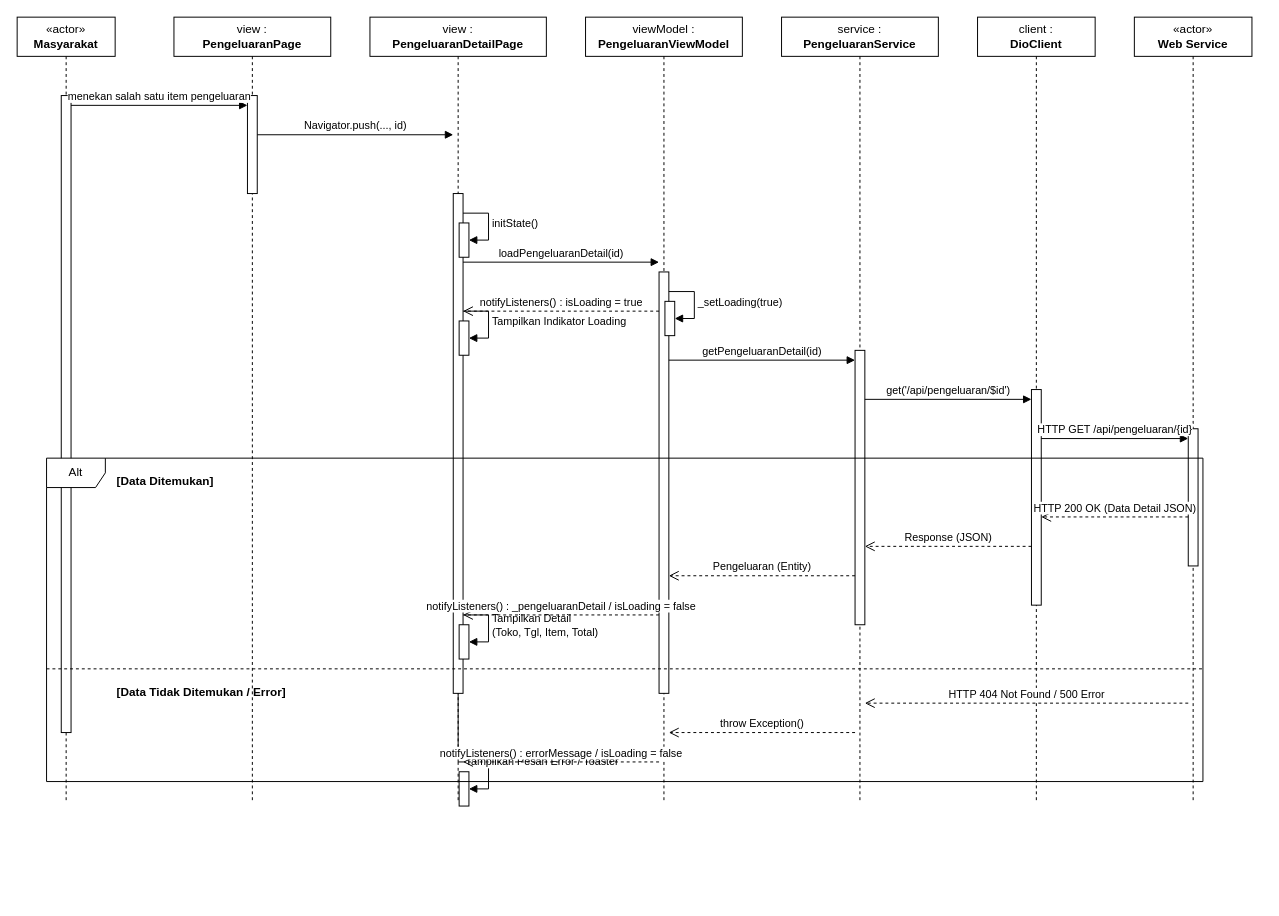
This is docs/UML/sequence_diagram/SKPL-F-011.drawio from randy-ar/snap-notes-docs, a draw.io file, before an edit. Source tidied: cells renumbered, new cells numbered last; positions are measured from the earlier drawing's top-left corner, leaving out a move shared by most shapes. Both pictures are drawn from the tidied source at 98%, with x=0, y=0 at pixel (17, 17).
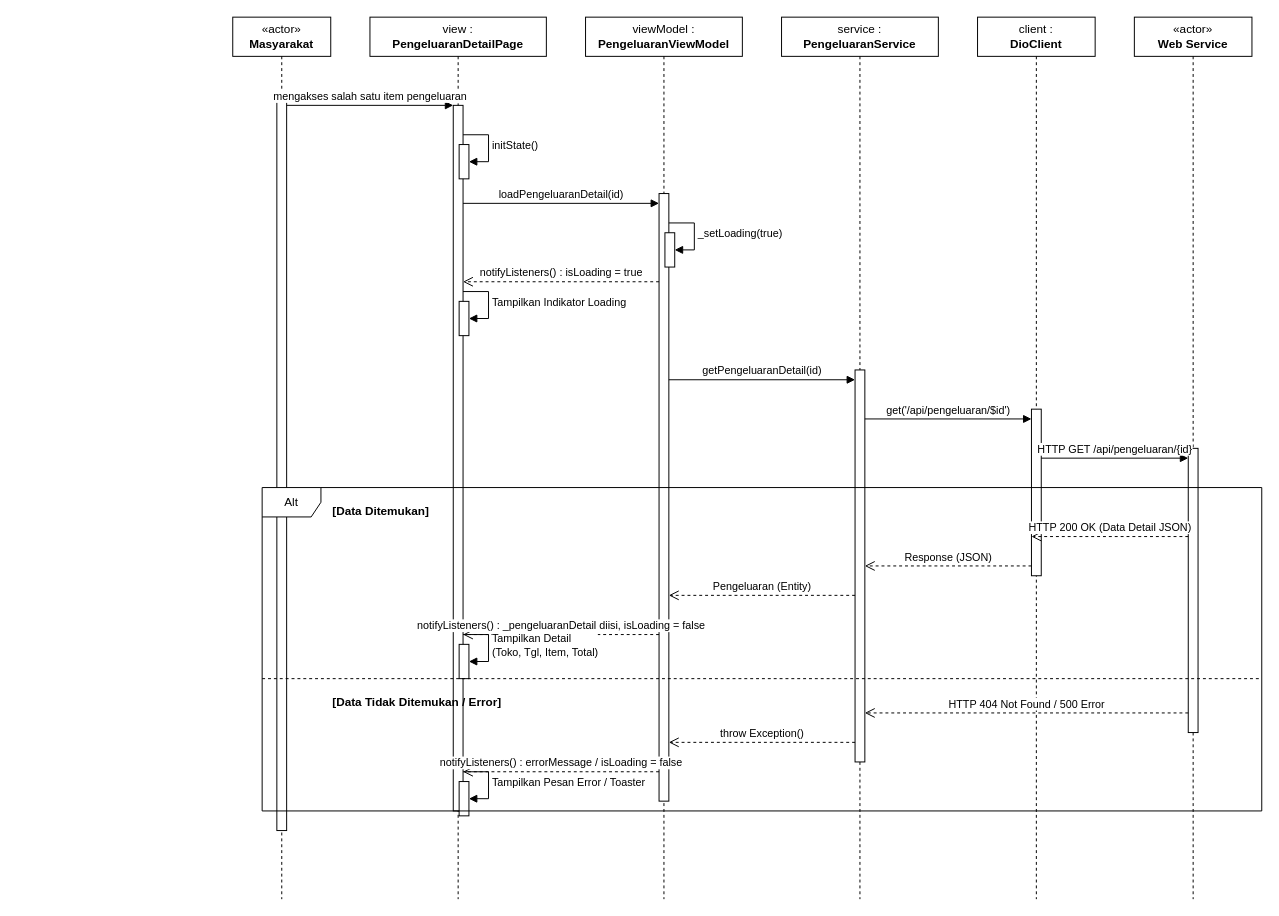
The same page after the edit.

The edit, as a diff of the source:
```diff
@@
     <mxCell id="2" value="«actor»&lt;br&gt;&lt;b&gt;Masyarakat&lt;/b&gt;" style="shape=umlLifeline;perimeter=lifelinePerimeter;whiteSpace=wrap;html=1;newEdgeStyle={&quot;curved&quot;:0,&quot;rounded&quot;:0};" parent="1" vertex="1">
-      <mxGeometry width="100" height="800" as="geometry" />
+      <mxGeometry x="220" width="100" height="900" as="geometry" />
     </mxCell>
     <mxCell id="3" style="html=1;perimeter=orthogonalPerimeter;targetShapes=umlLifeline;newEdgeStyle={&quot;curved&quot;:0,&quot;rounded&quot;:0};" parent="2" vertex="1">
-      <mxGeometry x="45" y="80" width="10" height="650" as="geometry" />
+      <mxGeometry x="45" y="80" width="10" height="750" as="geometry" />
     </mxCell>
-    <mxCell id="4" value="view :&lt;br&gt;&lt;b&gt;PengeluaranPage&lt;/b&gt;" style="shape=umlLifeline;perimeter=lifelinePerimeter;whiteSpace=wrap;html=1;newEdgeStyle={&quot;curved&quot;:0,&quot;rounded&quot;:0};" parent="1" vertex="1">
-      <mxGeometry x="160" width="160" height="800" as="geometry" />
-    </mxCell>
-    <mxCell id="5" style="html=1;perimeter=orthogonalPerimeter;targetShapes=umlLifeline;newEdgeStyle={&quot;curved&quot;:0,&quot;rounded&quot;:0};" parent="4" vertex="1">
-      <mxGeometry x="75" y="80" width="10" height="100" as="geometry" />
-    </mxCell>
     <mxCell id="6" value="view :&lt;br&gt;&lt;b&gt;PengeluaranDetailPage&lt;/b&gt;" style="shape=umlLifeline;perimeter=lifelinePerimeter;whiteSpace=wrap;html=1;newEdgeStyle={&quot;curved&quot;:0,&quot;rounded&quot;:0};" parent="1" vertex="1">
-      <mxGeometry x="360" width="180" height="800" as="geometry" />
+      <mxGeometry x="360" width="180" height="900" as="geometry" />
     </mxCell>
     <mxCell id="7" style="html=1;points=[[0,0,0,0,5],[0,1,0,0,-5],[1,0,0,0,5],[1,1,0,0,-5]];perimeter=orthogonalPerimeter;outlineConnect=0;targetShapes=umlLifeline;portConstraint=eastwest;newEdgeStyle={&quot;curved&quot;:0,&quot;rounded&quot;:0};" parent="6" vertex="1">
-      <mxGeometry x="85" y="180" width="10" height="510" as="geometry" />
+      <mxGeometry x="85" y="90" width="10" height="720" as="geometry" />
     </mxCell>
     <mxCell id="8" style="html=1;points=[[0,0,0,0,5],[0,1,0,0,-5],[1,0,0,0,5],[1,1,0,0,-5]];perimeter=orthogonalPerimeter;outlineConnect=0;targetShapes=umlLifeline;portConstraint=eastwest;newEdgeStyle={&quot;curved&quot;:0,&quot;rounded&quot;:0};" parent="6" vertex="1">
-      <mxGeometry x="91" y="210" width="10" height="35" as="geometry" />
+      <mxGeometry x="91" y="130" width="10" height="35" as="geometry" />
     </mxCell>
-    <mxCell id="9" value="&lt;span style=&quot;text-align: center;&quot;&gt;initState()&lt;/span&gt;" style="html=1;align=left;spacingLeft=2;endArrow=block;rounded=0;edgeStyle=orthogonalEdgeStyle;curved=0;" parent="6" edge="1" source="7" target="8">
-      <mxGeometry relative="1" as="geometry">
-        <Array as="points">
-          <mxPoint x="121" y="200" />
-          <mxPoint x="121" y="227.5" />
-        </Array>
-      </mxGeometry>
-    </mxCell>
     <mxCell id="10" value="viewModel :&lt;br&gt;&lt;b&gt;PengeluaranViewModel&lt;/b&gt;" style="shape=umlLifeline;perimeter=lifelinePerimeter;whiteSpace=wrap;html=1;newEdgeStyle={&quot;curved&quot;:0,&quot;rounded&quot;:0};" parent="1" vertex="1">
-      <mxGeometry x="580" width="160" height="800" as="geometry" />
+      <mxGeometry x="580" width="160" height="900" as="geometry" />
     </mxCell>
     <mxCell id="11" style="html=1;points=[[0,0,0,0,5],[0,1,0,0,-5],[1,0,0,0,5],[1,1,0,0,-5]];perimeter=orthogonalPerimeter;outlineConnect=0;targetShapes=umlLifeline;portConstraint=eastwest;newEdgeStyle={&quot;curved&quot;:0,&quot;rounded&quot;:0};" parent="10" vertex="1">
-      <mxGeometry x="75" y="260" width="10" height="430" as="geometry" />
+      <mxGeometry x="75" y="180" width="10" height="620" as="geometry" />
     </mxCell>
     <mxCell id="12" style="html=1;points=[[0,0,0,0,5],[0,1,0,0,-5],[1,0,0,0,5],[1,1,0,0,-5]];perimeter=orthogonalPerimeter;outlineConnect=0;targetShapes=umlLifeline;portConstraint=eastwest;newEdgeStyle={&quot;curved&quot;:0,&quot;rounded&quot;:0};" parent="10" vertex="1">
-      <mxGeometry x="81" y="290" width="10" height="35" as="geometry" />
+      <mxGeometry x="81" y="220" width="10" height="35" as="geometry" />
     </mxCell>
-    <mxCell id="13" value="&lt;span style=&quot;text-align: center;&quot;&gt;_setLoading(true)&lt;/span&gt;" style="html=1;align=left;spacingLeft=2;endArrow=block;rounded=0;edgeStyle=orthogonalEdgeStyle;curved=0;" parent="10" edge="1" source="11" target="12">
-      <mxGeometry relative="1" as="geometry">
-        <Array as="points">
-          <mxPoint x="111" y="280" />
-          <mxPoint x="111" y="307.5" />
-        </Array>
-      </mxGeometry>
-    </mxCell>
     <mxCell id="14" value="service :&lt;br&gt;&lt;b&gt;PengeluaranService&lt;/b&gt;" style="shape=umlLifeline;perimeter=lifelinePerimeter;whiteSpace=wrap;html=1;newEdgeStyle={&quot;curved&quot;:0,&quot;rounded&quot;:0};" parent="1" vertex="1">
-      <mxGeometry x="780" width="160" height="800" as="geometry" />
+      <mxGeometry x="780" width="160" height="900" as="geometry" />
     </mxCell>
     <mxCell id="15" style="html=1;perimeter=orthogonalPerimeter;targetShapes=umlLifeline;newEdgeStyle={&quot;curved&quot;:0,&quot;rounded&quot;:0};" parent="14" vertex="1">
-      <mxGeometry x="75" y="340" width="10" height="280" as="geometry" />
+      <mxGeometry x="75" y="360" width="10" height="400" as="geometry" />
     </mxCell>
     <mxCell id="16" value="client :&lt;br&gt;&lt;b&gt;DioClient&lt;/b&gt;" style="shape=umlLifeline;perimeter=lifelinePerimeter;whiteSpace=wrap;html=1;newEdgeStyle={&quot;curved&quot;:0,&quot;rounded&quot;:0};" parent="1" vertex="1">
-      <mxGeometry x="980" width="120" height="800" as="geometry" />
+      <mxGeometry x="980" width="120" height="900" as="geometry" />
     </mxCell>
     <mxCell id="17" style="html=1;perimeter=orthogonalPerimeter;targetShapes=umlLifeline;newEdgeStyle={&quot;curved&quot;:0,&quot;rounded&quot;:0};" parent="16" vertex="1">
-      <mxGeometry x="55" y="380" width="10" height="220" as="geometry" />
+      <mxGeometry x="55" y="400" width="10" height="170" as="geometry" />
     </mxCell>
     <mxCell id="18" value="«actor»&lt;br&gt;&lt;b&gt;Web Service&lt;/b&gt;" style="shape=umlLifeline;perimeter=lifelinePerimeter;whiteSpace=wrap;html=1;newEdgeStyle={&quot;curved&quot;:0,&quot;rounded&quot;:0};" parent="1" vertex="1">
-      <mxGeometry x="1140" width="120" height="800" as="geometry" />
+      <mxGeometry x="1140" width="120" height="900" as="geometry" />
     </mxCell>
     <mxCell id="19" style="html=1;perimeter=orthogonalPerimeter;targetShapes=umlLifeline;newEdgeStyle={&quot;curved&quot;:0,&quot;rounded&quot;:0};" parent="18" vertex="1">
-      <mxGeometry x="55" y="420" width="10" height="140" as="geometry" />
+      <mxGeometry x="55" y="440" width="10" height="290" as="geometry" />
     </mxCell>
-    <mxCell id="20" value="menekan salah satu item pengeluaran" style="html=1;verticalAlign=bottom;endArrow=block;curved=0;rounded=0;" parent="1" edge="1">
+    <mxCell id="20" value="mengakses salah satu item pengeluaran" style="html=1;verticalAlign=bottom;endArrow=block;curved=0;rounded=0;" parent="1" edge="1">
       <mxGeometry relative="1" as="geometry">
-        <mxPoint x="55" y="90" as="sourcePoint" />
-        <mxPoint x="235" y="90" as="targetPoint" />
+        <mxPoint x="275" y="90" as="sourcePoint" />
+        <mxPoint x="445" y="90" as="targetPoint" />
       </mxGeometry>
     </mxCell>
-    <mxCell id="21" value="Navigator.push(..., id)" style="html=1;verticalAlign=bottom;endArrow=block;curved=0;rounded=0;" parent="1" edge="1">
-      <mxGeometry relative="1" as="geometry">
-        <mxPoint x="245" y="120" as="sourcePoint" />
-        <mxPoint x="445" y="120" as="targetPoint" />
-      </mxGeometry>
-    </mxCell>
+    <mxCell id="9" value="&lt;span style=&quot;text-align: center;&quot;&gt;initState()&lt;/span&gt;" style="html=1;align=left;spacingLeft=2;endArrow=block;rounded=0;edgeStyle=orthogonalEdgeStyle;curved=0;" parent="1" edge="1" target="8">
+      <mxGeometry relative="1" as="geometry">
+        <mxPoint x="455" y="120" as="sourcePoint" />
+        <Array as="points">
+          <mxPoint x="481" y="120" />
+          <mxPoint x="481" y="147.5" />
+        </Array>
+      </mxGeometry>
+    </mxCell>
     <mxCell id="22" value="loadPengeluaranDetail(id)" style="html=1;verticalAlign=bottom;endArrow=block;curved=0;rounded=0;" parent="1" edge="1">
       <mxGeometry relative="1" as="geometry">
-        <mxPoint x="455" y="250" as="sourcePoint" />
-        <mxPoint x="655" y="250" as="targetPoint" />
+        <mxPoint x="455" y="190" as="sourcePoint" />
+        <mxPoint x="655" y="190" as="targetPoint" />
       </mxGeometry>
     </mxCell>
+    <mxCell id="13" value="&lt;span style=&quot;text-align: center;&quot;&gt;_setLoading(true)&lt;/span&gt;" style="html=1;align=left;spacingLeft=2;endArrow=block;rounded=0;edgeStyle=orthogonalEdgeStyle;curved=0;" parent="1" edge="1" target="12">
+      <mxGeometry relative="1" as="geometry">
+        <mxPoint x="665" y="210" as="sourcePoint" />
+        <Array as="points">
+          <mxPoint x="691" y="210" />
+          <mxPoint x="691" y="237.5" />
+        </Array>
+      </mxGeometry>
+    </mxCell>
     <mxCell id="23" value="notifyListeners() : isLoading = true" style="html=1;verticalAlign=bottom;endArrow=open;dashed=1;endSize=8;curved=0;rounded=0;" parent="1" edge="1">
       <mxGeometry relative="1" as="geometry">
-        <mxPoint x="655" y="300" as="sourcePoint" />
-        <mxPoint x="455" y="300" as="targetPoint" />
+        <mxPoint x="655" y="270" as="sourcePoint" />
+        <mxPoint x="455" y="270" as="targetPoint" />
       </mxGeometry>
     </mxCell>
     <mxCell id="24" style="html=1;points=[[0,0,0,0,5],[0,1,0,0,-5],[1,0,0,0,5],[1,1,0,0,-5]];perimeter=orthogonalPerimeter;outlineConnect=0;targetShapes=umlLifeline;portConstraint=eastwest;newEdgeStyle={&quot;curved&quot;:0,&quot;rounded&quot;:0};" parent="6" vertex="1">
-      <mxGeometry x="91" y="310" width="10" height="35" as="geometry" />
+      <mxGeometry x="91" y="290" width="10" height="35" as="geometry" />
     </mxCell>
-    <mxCell id="25" value="&lt;span style=&quot;text-align: center;&quot;&gt;Tampilkan Indikator Loading&lt;/span&gt;" style="html=1;align=left;spacingLeft=2;endArrow=block;rounded=0;edgeStyle=orthogonalEdgeStyle;curved=0;" parent="6" edge="1" source="7" target="24">
+    <mxCell id="25" value="&lt;span style=&quot;text-align: center;&quot;&gt;Tampilkan Indikator Loading&lt;/span&gt;" style="html=1;align=left;spacingLeft=2;endArrow=block;rounded=0;edgeStyle=orthogonalEdgeStyle;curved=0;" parent="1" edge="1" target="24">
       <mxGeometry relative="1" as="geometry">
+        <mxPoint x="455" y="280" as="sourcePoint" />
         <Array as="points">
-          <mxPoint x="121" y="300" />
-          <mxPoint x="121" y="327.5" />
+          <mxPoint x="481" y="280" />
+          <mxPoint x="481" y="307.5" />
         </Array>
       </mxGeometry>
     </mxCell>
     <mxCell id="26" value="getPengeluaranDetail(id)" style="html=1;verticalAlign=bottom;endArrow=block;curved=0;rounded=0;" parent="1" edge="1">
       <mxGeometry relative="1" as="geometry">
-        <mxPoint x="665" y="350" as="sourcePoint" />
-        <mxPoint x="855" y="350" as="targetPoint" />
+        <mxPoint x="665" y="370" as="sourcePoint" />
+        <mxPoint x="855" y="370" as="targetPoint" />
       </mxGeometry>
     </mxCell>
     <mxCell id="27" value="get('/api/pengeluaran/$id')" style="html=1;verticalAlign=bottom;endArrow=block;curved=0;rounded=0;" parent="1" edge="1">
       <mxGeometry relative="1" as="geometry">
-        <mxPoint x="865" y="390" as="sourcePoint" />
-        <mxPoint x="1035" y="390" as="targetPoint" />
+        <mxPoint x="865" y="410" as="sourcePoint" />
+        <mxPoint x="1035" y="410" as="targetPoint" />
       </mxGeometry>
     </mxCell>
     <mxCell id="28" value="HTTP GET /api/pengeluaran/{id}" style="html=1;verticalAlign=bottom;endArrow=block;curved=0;rounded=0;" parent="1" edge="1">
       <mxGeometry relative="1" as="geometry">
-        <mxPoint x="1045" y="430" as="sourcePoint" />
-        <mxPoint x="1195" y="430" as="targetPoint" />
+        <mxPoint x="1045" y="450" as="sourcePoint" />
+        <mxPoint x="1195" y="450" as="targetPoint" />
       </mxGeometry>
     </mxCell>
     <mxCell id="29" value="Alt" style="shape=umlFrame;whiteSpace=wrap;html=1;width=60;height=30;" parent="1" vertex="1">
-      <mxGeometry x="30" y="450" width="1180" height="330" as="geometry" />
+      <mxGeometry x="250" y="480" width="1020" height="330" as="geometry" />
     </mxCell>
@@
     <mxCell id="31" value="HTTP 200 OK (Data Detail JSON)" style="html=1;verticalAlign=bottom;endArrow=open;dashed=1;endSize=8;curved=0;rounded=0;" parent="29" edge="1">
       <mxGeometry relative="1" as="geometry">
-        <mxPoint x="1165" y="60" as="sourcePoint" />
-        <mxPoint x="1015" y="60" as="targetPoint" />
+        <mxPoint x="945" y="50" as="sourcePoint" />
+        <mxPoint x="785" y="50" as="targetPoint" />
       </mxGeometry>
     </mxCell>
     <mxCell id="32" value="Response (JSON)" style="html=1;verticalAlign=bottom;endArrow=open;dashed=1;endSize=8;curved=0;rounded=0;" parent="29" edge="1">
       <mxGeometry relative="1" as="geometry">
-        <mxPoint x="1005" y="90" as="sourcePoint" />
-        <mxPoint x="835" y="90" as="targetPoint" />
+        <mxPoint x="785" y="80" as="sourcePoint" />
+        <mxPoint x="615" y="80" as="targetPoint" />
       </mxGeometry>
     </mxCell>
     <mxCell id="33" value="Pengeluaran (Entity)" style="html=1;verticalAlign=bottom;endArrow=open;dashed=1;endSize=8;curved=0;rounded=0;" parent="29" edge="1">
       <mxGeometry relative="1" as="geometry">
-        <mxPoint x="825" y="120" as="sourcePoint" />
-        <mxPoint x="635" y="120" as="targetPoint" />
+        <mxPoint x="605" y="110" as="sourcePoint" />
+        <mxPoint x="415" y="110" as="targetPoint" />
       </mxGeometry>
     </mxCell>
-    <mxCell id="34" value="notifyListeners() : _pengeluaranDetail / isLoading = false" style="html=1;verticalAlign=bottom;endArrow=open;dashed=1;endSize=8;curved=0;rounded=0;" parent="29" edge="1">
+    <mxCell id="34" value="notifyListeners() : _pengeluaranDetail diisi, isLoading = false" style="html=1;verticalAlign=bottom;endArrow=open;dashed=1;endSize=8;curved=0;rounded=0;" parent="29" edge="1">
       <mxGeometry relative="1" as="geometry">
-        <mxPoint x="625" y="160" as="sourcePoint" />
-        <mxPoint x="425" y="160" as="targetPoint" />
+        <mxPoint x="405" y="150" as="sourcePoint" />
+        <mxPoint x="205" y="150" as="targetPoint" />
       </mxGeometry>
     </mxCell>
     <mxCell id="35" style="html=1;points=[[0,0,0,0,5],[0,1,0,0,-5],[1,0,0,0,5],[1,1,0,0,-5]];perimeter=orthogonalPerimeter;outlineConnect=0;targetShapes=umlLifeline;portConstraint=eastwest;newEdgeStyle={&quot;curved&quot;:0,&quot;rounded&quot;:0};" parent="6" vertex="1">
-      <mxGeometry x="91" y="620" width="10" height="35" as="geometry" />
+      <mxGeometry x="91" y="640" width="10" height="35" as="geometry" />
     </mxCell>
-    <mxCell id="36" value="&lt;span style=&quot;text-align: center;&quot;&gt;Tampilkan Detail&lt;br&gt;(Toko, Tgl, Item, Total)&lt;/span&gt;" style="html=1;align=left;spacingLeft=2;endArrow=block;rounded=0;edgeStyle=orthogonalEdgeStyle;curved=0;" parent="6" edge="1" source="7" target="35">
+    <mxCell id="36" value="&lt;span style=&quot;text-align: center;&quot;&gt;Tampilkan Detail&lt;br&gt;(Toko, Tgl, Item, Total)&lt;/span&gt;" style="html=1;align=left;spacingLeft=2;endArrow=block;rounded=0;edgeStyle=orthogonalEdgeStyle;curved=0;" parent="1" edge="1" target="35">
       <mxGeometry relative="1" as="geometry">
+        <mxPoint x="455" y="630" as="sourcePoint" />
         <Array as="points">
-          <mxPoint x="121" y="610" />
-          <mxPoint x="121" y="637.5" />
+          <mxPoint x="481" y="630" />
+          <mxPoint x="481" y="657.5" />
         </Array>
       </mxGeometry>
     </mxCell>
     <mxCell id="37" style="line;strokeWidth=1;dashed=1;labelPosition=center;verticalLabelPosition=bottom;align=left;verticalAlign=top;spacingLeft=20;spacingTop=15;html=1;whiteSpace=wrap;" parent="29" vertex="1">
-      <mxGeometry y="210" width="1180" height="10" as="geometry" />
+      <mxGeometry y="190" width="1020" height="10" as="geometry" />
     </mxCell>
     <mxCell id="38" value="&lt;b&gt;[Data Tidak Ditemukan / Error]&lt;/b&gt;" style="text;html=1;" parent="29" vertex="1">
-      <mxGeometry x="70" y="225" width="220" height="20" as="geometry" />
+      <mxGeometry x="70" y="205" width="220" height="20" as="geometry" />
     </mxCell>
     <mxCell id="39" value="HTTP 404 Not Found / 500 Error" style="html=1;verticalAlign=bottom;endArrow=open;dashed=1;endSize=8;curved=0;rounded=0;" parent="29" edge="1">
       <mxGeometry relative="1" as="geometry">
-        <mxPoint x="1165" y="250" as="sourcePoint" />
-        <mxPoint x="835" y="250" as="targetPoint" />
+        <mxPoint x="945" y="230" as="sourcePoint" />
+        <mxPoint x="615" y="230" as="targetPoint" />
       </mxGeometry>
     </mxCell>
     <mxCell id="40" value="throw Exception()" style="html=1;verticalAlign=bottom;endArrow=open;dashed=1;endSize=8;curved=0;rounded=0;" parent="29" edge="1">
       <mxGeometry relative="1" as="geometry">
-        <mxPoint x="825" y="280" as="sourcePoint" />
-        <mxPoint x="635" y="280" as="targetPoint" />
+        <mxPoint x="605" y="260" as="sourcePoint" />
+        <mxPoint x="415" y="260" as="targetPoint" />
       </mxGeometry>
     </mxCell>
     <mxCell id="41" value="notifyListeners() : errorMessage / isLoading = false" style="html=1;verticalAlign=bottom;endArrow=open;dashed=1;endSize=8;curved=0;rounded=0;" parent="29" edge="1">
       <mxGeometry relative="1" as="geometry">
-        <mxPoint x="625" y="310" as="sourcePoint" />
-        <mxPoint x="425" y="310" as="targetPoint" />
+        <mxPoint x="405" y="290" as="sourcePoint" />
+        <mxPoint x="205" y="290" as="targetPoint" />
       </mxGeometry>
     </mxCell>
     <mxCell id="42" style="html=1;points=[[0,0,0,0,5],[0,1,0,0,-5],[1,0,0,0,5],[1,1,0,0,-5]];perimeter=orthogonalPerimeter;outlineConnect=0;targetShapes=umlLifeline;portConstraint=eastwest;newEdgeStyle={&quot;curved&quot;:0,&quot;rounded&quot;:0};" parent="6" vertex="1">
-      <mxGeometry x="91" y="770" width="10" height="35" as="geometry" />
+      <mxGeometry x="91" y="780" width="10" height="35" as="geometry" />
     </mxCell>
-    <mxCell id="43" value="&lt;span style=&quot;text-align: center;&quot;&gt;Tampilkan Pesan Error / Toaster&lt;/span&gt;" style="html=1;align=left;spacingLeft=2;endArrow=block;rounded=0;edgeStyle=orthogonalEdgeStyle;curved=0;" parent="6" edge="1" source="7" target="42">
+    <mxCell id="43" value="&lt;span style=&quot;text-align: center;&quot;&gt;Tampilkan Pesan Error / Toaster&lt;/span&gt;" style="html=1;align=left;spacingLeft=2;endArrow=block;rounded=0;edgeStyle=orthogonalEdgeStyle;curved=0;" parent="1" edge="1" target="42">
       <mxGeometry relative="1" as="geometry">
+        <mxPoint x="455" y="770" as="sourcePoint" />
         <Array as="points">
-          <mxPoint x="121" y="760" />
-          <mxPoint x="121" y="787.5" />
+          <mxPoint x="481" y="770" />
+          <mxPoint x="481" y="797.5" />
         </Array>
       </mxGeometry>
     </mxCell>
```
